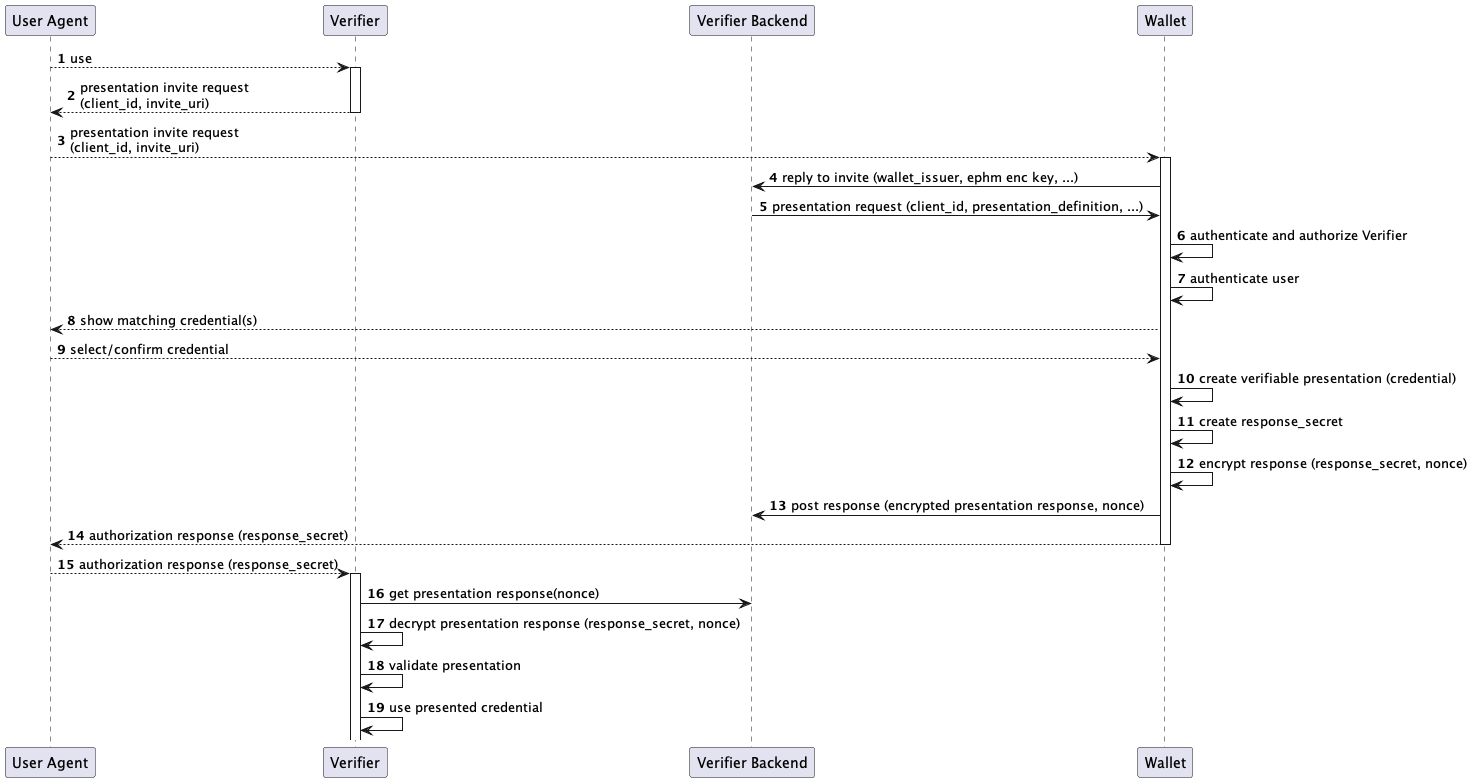
Above: out/openid-4-verifiable-presentations/diagrams/presentation_same_device_parm_negotiate/presentation_same_device_parm_negotiate.png in openid/connect (PlantUML), before the change.
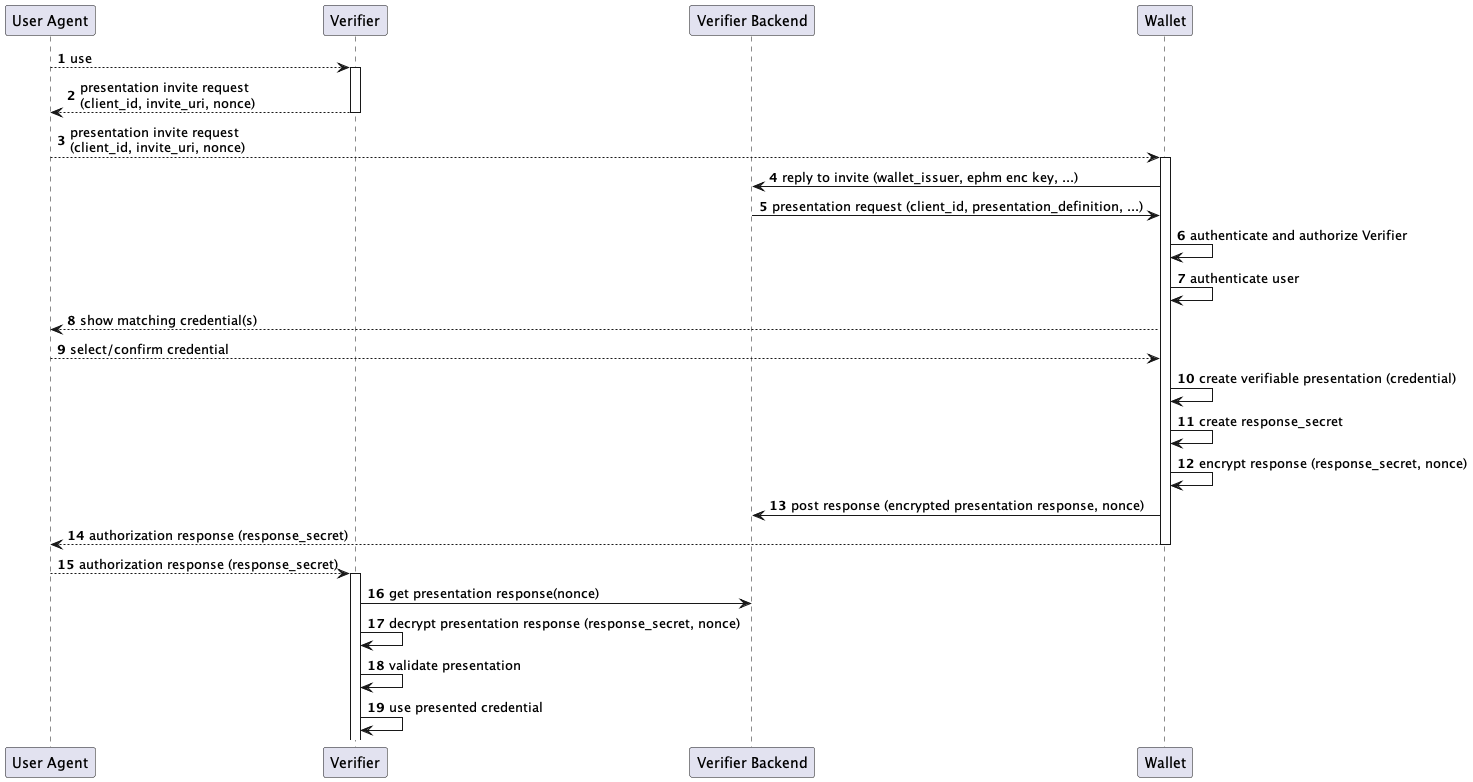
Above is the later version.

Commit message:
added nonce to invite

The edit, as a diff of the source:
```diff
@@ -12,9 +12,9 @@
 
 u --> r : use
 activate r
-r --> u: presentation invite request\n(client_id, invite_uri)
+r --> u: presentation invite request\n(client_id, invite_uri, nonce)
 deactivate r
-u --> w: presentation invite request\n(client_id, invite_uri)
+u --> w: presentation invite request\n(client_id, invite_uri, nonce)
 activate w
 w -> rb: reply to invite (wallet_issuer, ephm enc key, ...)
 rb -> w: presentation request (client_id, presentation_definition, ...)
```
